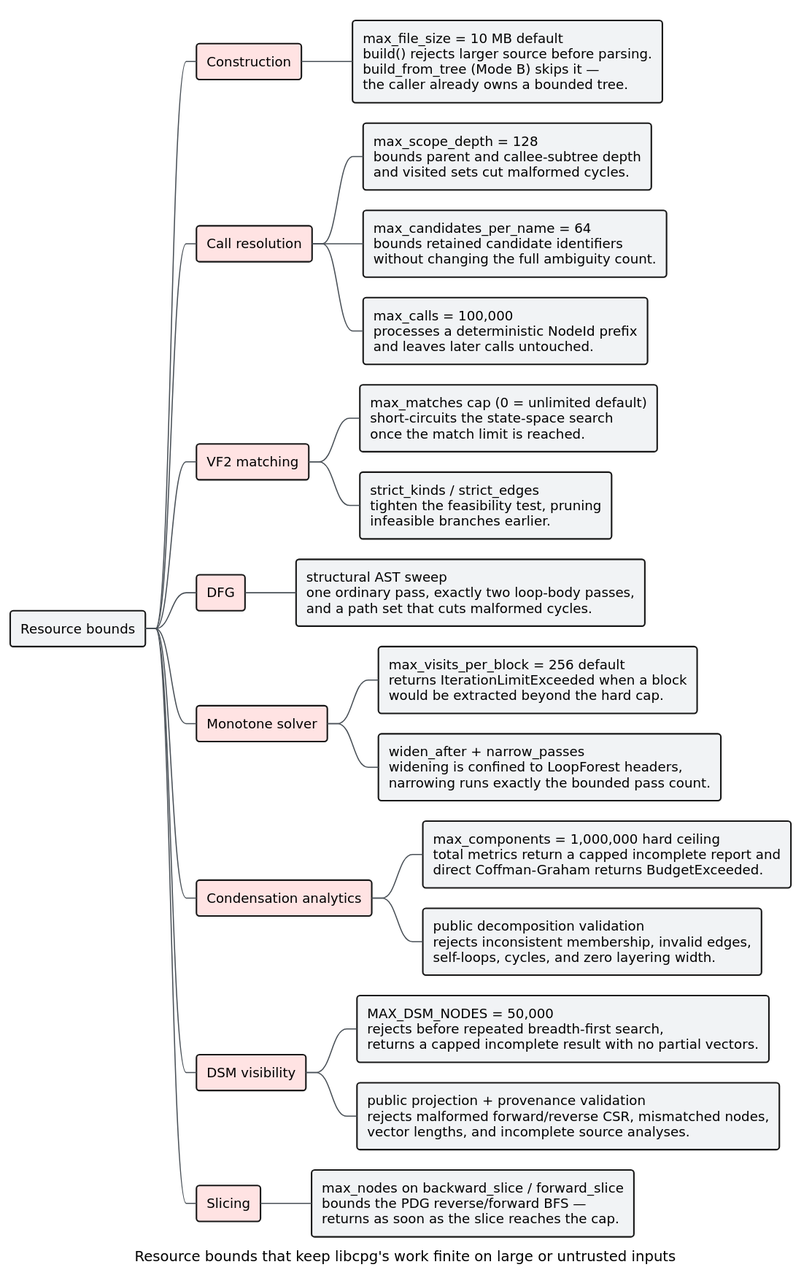
This is docs/diagrams/resource-bounds.svg from vinary-tree/libcpg, a PlantUML export, as it was before one commit. Its source is kept beside it as docs/diagrams/resource-bounds.puml.
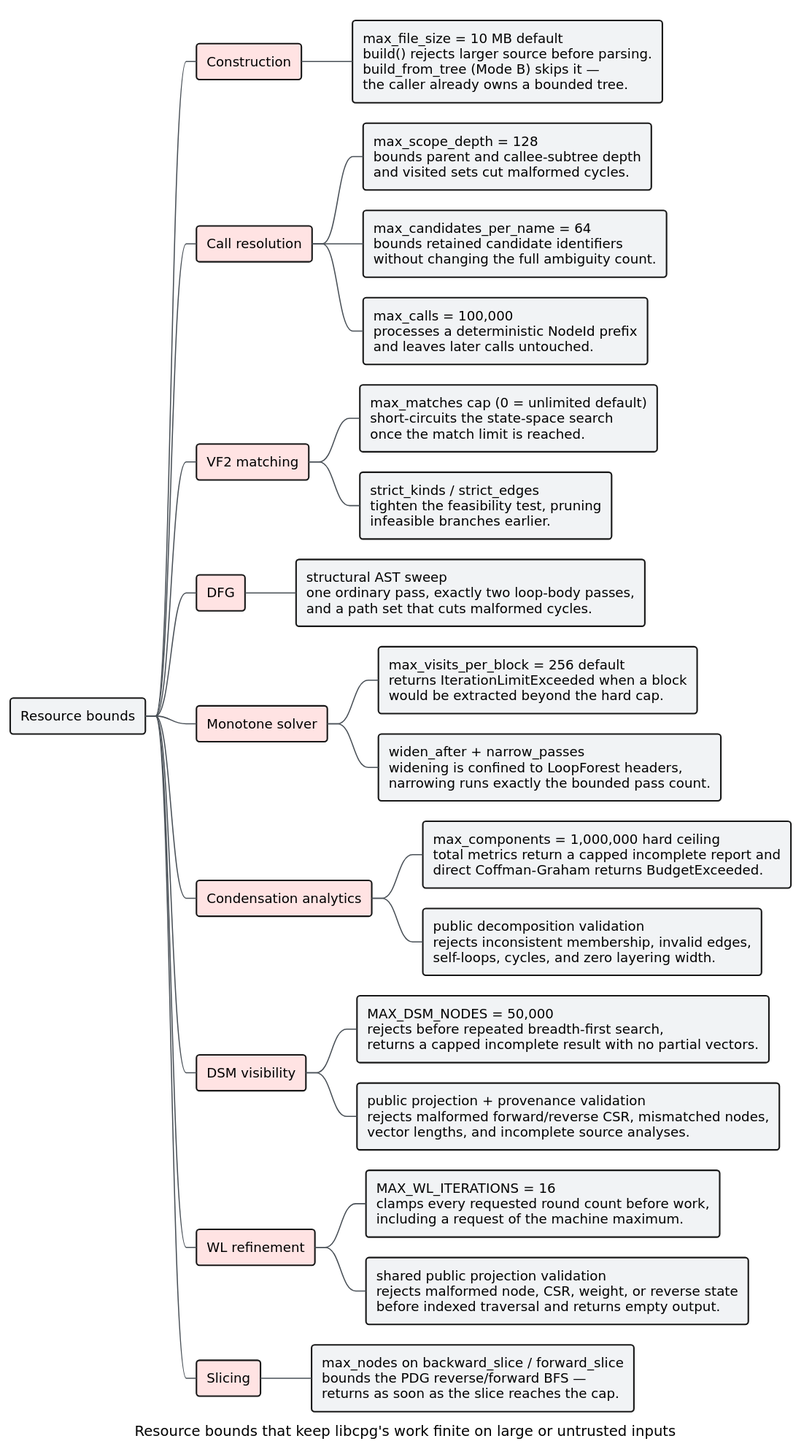
Later version of the same file.

Change to the diagram source:
```diff
@@ -50,6 +50,13 @@
 ***[#F1F3F5]:public projection + provenance validation
 rejects malformed forward/reverse CSR, mismatched nodes,
 vector lengths, and incomplete source analyses.;
+**[#FFE3E3] WL refinement
+***[#F1F3F5]:MAX_WL_ITERATIONS = 16
+clamps every requested round count before work,
+including a request of the machine maximum.;
+***[#F1F3F5]:shared public projection validation
+rejects malformed node, CSR, weight, or reverse state
+before indexed traversal and returns empty output.;
 **[#FFE3E3] Slicing
 ***[#F1F3F5]:max_nodes on backward_slice / forward_slice
 bounds the PDG reverse/forward BFS —
```
